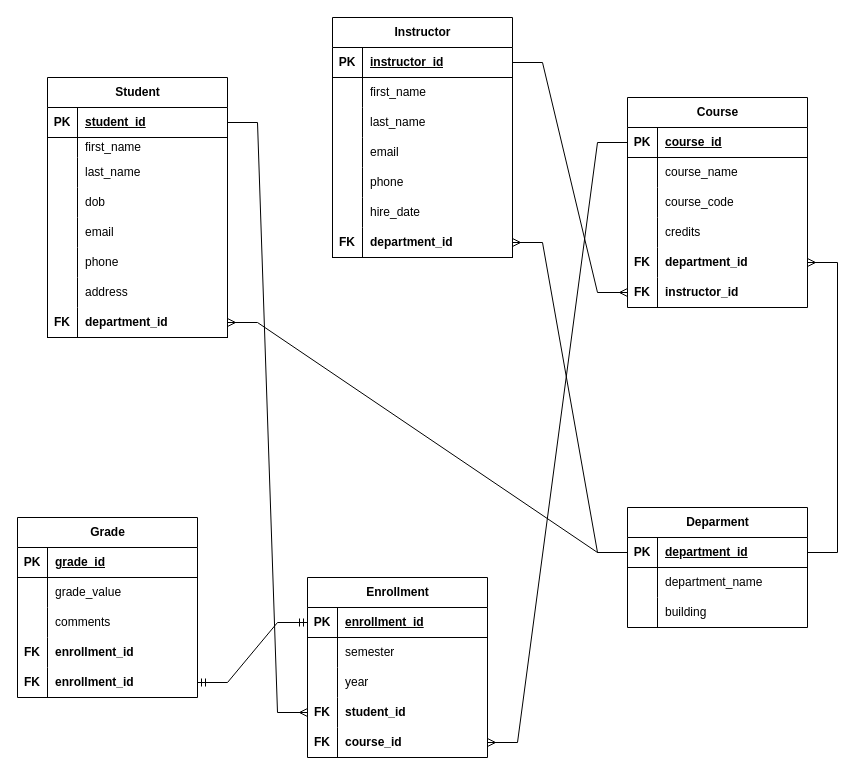
This is ERver1.drawio from queencherryd/CS1103, a draw.io file, before an edit. Source tidied: cells renumbered, new cells numbered last; positions are measured from the earlier drawing's top-left corner, leaving out a move shared by most shapes. Both pictures are drawn from the tidied source at 100%, with x=0, y=0 at pixel (17, 17).
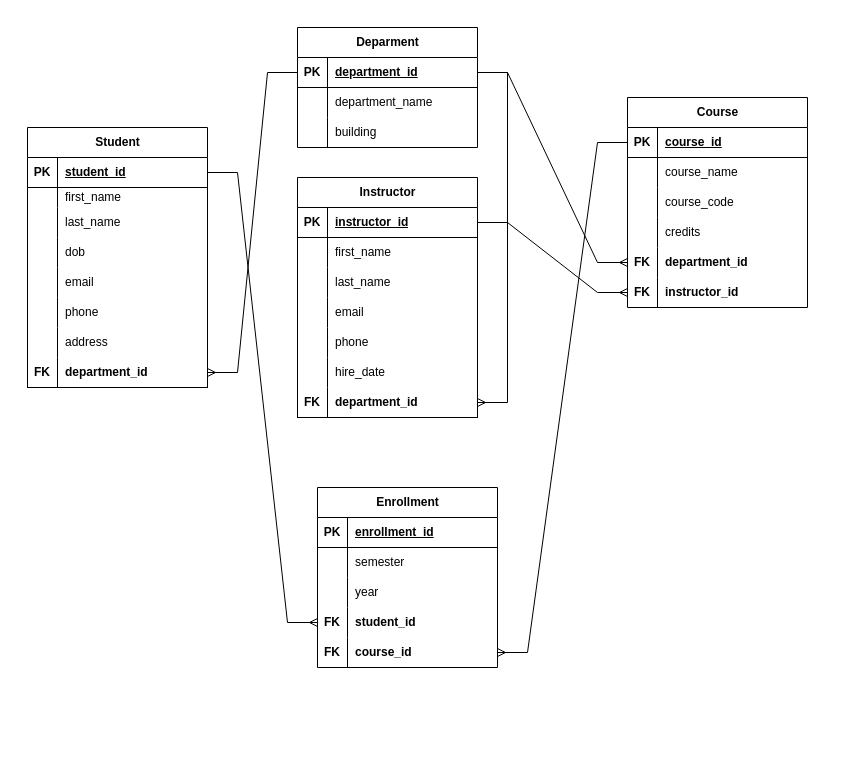
After the change.

The change refers to these unchanged cells:
```xml
<mxCell id="46" style="shape=tableRow;horizontal=0;startSize=0;swimlaneHead=0;swimlaneBody=0;fillColor=none;points=[[0,0.5],[1,0.5]];portConstraint=eastwest;top=0;left=0;right=0;bottom=1;labelBackgroundColor=none;" parent="27" vertex="1">
  <mxGeometry y="210" width="180" height="30" as="geometry" />
</mxCell>
<mxCell id="62" style="shape=tableRow;horizontal=0;startSize=0;swimlaneHead=0;swimlaneBody=0;fillColor=none;points=[[0,0.5],[1,0.5]];portConstraint=eastwest;top=0;left=0;right=0;bottom=0;labelBackgroundColor=none;" parent="49" vertex="1">
  <mxGeometry y="150" width="180" height="30" as="geometry" />
</mxCell>
<mxCell id="69" style="shape=tableRow;horizontal=0;startSize=0;swimlaneHead=0;swimlaneBody=0;fillColor=none;points=[[0,0.5],[1,0.5]];portConstraint=eastwest;top=0;left=0;right=0;bottom=1;labelBackgroundColor=none;" parent="68" vertex="1">
  <mxGeometry y="30" width="180" height="30" as="geometry" />
</mxCell>
<mxCell id="79" style="shape=tableRow;horizontal=0;startSize=0;swimlaneHead=0;swimlaneBody=0;fillColor=none;points=[[0,0.5],[1,0.5]];portConstraint=eastwest;top=0;left=0;right=0;bottom=1;labelBackgroundColor=none;" parent="78" vertex="1">
  <mxGeometry y="30" width="180" height="30" as="geometry" />
</mxCell>
```

Diff of the diagram source:
```diff
@@
     <mxCell id="2" value="Student" style="shape=table;startSize=30;childLayout=tableLayout;rowLines=0;fontStyle=1;align=center;html=1;labelBackgroundColor=none;" parent="1" vertex="1">
-      <mxGeometry x="30" y="60" width="180" height="260" as="geometry" />
+      <mxGeometry x="10" y="110" width="180" height="260" as="geometry" />
     </mxCell>
@@
     <mxCell id="27" value="Instructor" style="shape=table;startSize=30;childLayout=tableLayout;rowLines=0;fontStyle=1;align=center;html=1;labelBackgroundColor=none;" parent="1" vertex="1">
-      <mxGeometry x="315" width="180" height="240" as="geometry" />
+      <mxGeometry x="280" y="160" width="180" height="240" as="geometry" />
     </mxCell>
@@
     <mxCell id="68" value="Deparment" style="shape=table;startSize=30;childLayout=tableLayout;rowLines=0;fontStyle=1;align=center;html=1;labelBackgroundColor=none;" parent="1" vertex="1">
-      <mxGeometry x="610" y="490" width="180" height="120" as="geometry" />
+      <mxGeometry x="280" y="10" width="180" height="120" as="geometry" />
     </mxCell>
@@
     <mxCell id="78" value="Enrollment" style="shape=table;startSize=30;childLayout=tableLayout;rowLines=0;fontStyle=1;align=center;html=1;labelBackgroundColor=none;" parent="1" vertex="1">
-      <mxGeometry x="290" y="560" width="180" height="180" as="geometry" />
+      <mxGeometry x="300" y="470" width="180" height="180" as="geometry" />
     </mxCell>
@@
-    <mxCell id="94" value="Grade" style="shape=table;startSize=30;childLayout=tableLayout;rowLines=0;fontStyle=1;align=center;html=1;labelBackgroundColor=none;" parent="1" vertex="1">
-      <mxGeometry y="500" width="180" height="180" as="geometry" />
-    </mxCell>
-    <mxCell id="95" style="shape=tableRow;horizontal=0;startSize=0;swimlaneHead=0;swimlaneBody=0;fillColor=none;top=0;left=0;right=0;bottom=1;labelBackgroundColor=none;" parent="94" vertex="1">
-      <mxGeometry y="30" width="180" height="30" as="geometry" />
-    </mxCell>
-    <mxCell id="96" value="PK" style="shape=partialRectangle;fillColor=none;top=0;left=0;bottom=0;right=0;fontStyle=1;overflow=hidden;whiteSpace=wrap;html=1;labelBackgroundColor=none;" parent="95" vertex="1">
-      <mxGeometry width="30" height="30" as="geometry" />
-    </mxCell>
-    <mxCell id="97" value="grade_id" style="shape=partialRectangle;fillColor=none;top=0;left=0;bottom=0;right=0;align=left;spacingLeft=6;fontStyle=5;overflow=hidden;whiteSpace=wrap;html=1;labelBackgroundColor=none;" parent="95" vertex="1">
-      <mxGeometry x="30" width="150" height="30" as="geometry" />
-    </mxCell>
-    <mxCell id="98" style="shape=tableRow;horizontal=0;startSize=0;swimlaneHead=0;swimlaneBody=0;fillColor=none;top=0;left=0;right=0;bottom=0;labelBackgroundColor=none;" parent="94" vertex="1">
-      <mxGeometry y="60" width="180" height="30" as="geometry" />
-    </mxCell>
-    <mxCell id="99" style="shape=partialRectangle;fillColor=none;top=0;left=0;bottom=0;right=0;overflow=hidden;whiteSpace=wrap;html=1;labelBackgroundColor=none;" parent="98" vertex="1">
-      <mxGeometry width="30" height="30" as="geometry" />
-    </mxCell>
-    <mxCell id="100" value="grade_value" style="shape=partialRectangle;fillColor=none;top=0;left=0;bottom=0;right=0;align=left;spacingLeft=6;overflow=hidden;whiteSpace=wrap;html=1;labelBackgroundColor=none;" parent="98" vertex="1">
-      <mxGeometry x="30" width="150" height="30" as="geometry" />
-    </mxCell>
-    <mxCell id="101" style="shape=tableRow;horizontal=0;startSize=0;swimlaneHead=0;swimlaneBody=0;fillColor=none;top=0;left=0;right=0;bottom=0;labelBackgroundColor=none;" parent="94" vertex="1">
-      <mxGeometry y="90" width="180" height="30" as="geometry" />
-    </mxCell>
-    <mxCell id="102" style="shape=partialRectangle;fillColor=none;top=0;left=0;bottom=0;right=0;overflow=hidden;whiteSpace=wrap;html=1;labelBackgroundColor=none;" parent="101" vertex="1">
-      <mxGeometry width="30" height="30" as="geometry" />
-    </mxCell>
-    <mxCell id="103" value="comments" style="shape=partialRectangle;fillColor=none;top=0;left=0;bottom=0;right=0;align=left;spacingLeft=6;overflow=hidden;whiteSpace=wrap;html=1;labelBackgroundColor=none;" parent="101" vertex="1">
-      <mxGeometry x="30" width="150" height="30" as="geometry" />
-    </mxCell>
-    <mxCell id="104" style="shape=tableRow;horizontal=0;startSize=0;swimlaneHead=0;swimlaneBody=0;fillColor=none;top=0;left=0;right=0;bottom=0;fontStyle=4;labelBackgroundColor=none;" parent="94" vertex="1">
-      <mxGeometry y="120" width="180" height="30" as="geometry" />
-    </mxCell>
-    <mxCell id="105" value="FK" style="shape=partialRectangle;fillColor=none;top=0;left=0;bottom=0;right=0;overflow=hidden;whiteSpace=wrap;html=1;fontStyle=1;labelBackgroundColor=none;" parent="104" vertex="1">
-      <mxGeometry width="30" height="30" as="geometry" />
-    </mxCell>
-    <mxCell id="106" value="&lt;span&gt;&lt;span&gt;enrollment_id&lt;/span&gt;&lt;/span&gt;" style="shape=partialRectangle;fillColor=none;top=0;left=0;bottom=0;right=0;align=left;spacingLeft=6;overflow=hidden;whiteSpace=wrap;html=1;fontStyle=1;labelBackgroundColor=none;" parent="104" vertex="1">
-      <mxGeometry x="30" width="150" height="30" as="geometry" />
-    </mxCell>
-    <mxCell id="107" style="shape=tableRow;horizontal=0;startSize=0;swimlaneHead=0;swimlaneBody=0;fillColor=none;points=[[0,0.5],[1,0.5]];portConstraint=eastwest;top=0;left=0;right=0;bottom=0;fontStyle=4;labelBackgroundColor=none;" parent="94" vertex="1">
-      <mxGeometry y="150" width="180" height="30" as="geometry" />
-    </mxCell>
-    <mxCell id="108" value="FK" style="shape=partialRectangle;fillColor=none;top=0;left=0;bottom=0;right=0;overflow=hidden;whiteSpace=wrap;html=1;fontStyle=1;labelBackgroundColor=none;" parent="107" vertex="1">
-      <mxGeometry width="30" height="30" as="geometry" />
-    </mxCell>
-    <mxCell id="109" value="&lt;span&gt;&lt;span&gt;enrollment_id&lt;/span&gt;&lt;/span&gt;" style="shape=partialRectangle;fillColor=none;top=0;left=0;bottom=0;right=0;align=left;spacingLeft=6;overflow=hidden;whiteSpace=wrap;html=1;fontStyle=1;labelBackgroundColor=none;" parent="107" vertex="1">
-      <mxGeometry x="30" width="150" height="30" as="geometry" />
-    </mxCell>
@@
-    <mxCell id="111" style="edgeStyle=entityRelationEdgeStyle;fontSize=12;html=1;endArrow=ERmany;rounded=0;fontColor=default;entryX=1;entryY=0.5;entryDx=0;entryDy=0;exitX=0;exitY=0.5;exitDx=0;exitDy=0;labelBackgroundColor=none;" parent="1" edge="1" source="69" target="46">
+    <mxCell id="111" style="edgeStyle=entityRelationEdgeStyle;fontSize=12;html=1;endArrow=ERmany;rounded=0;fontColor=default;entryX=1;entryY=0.5;entryDx=0;entryDy=0;exitX=1;exitY=0.5;exitDx=0;exitDy=0;labelBackgroundColor=none;" parent="1" edge="1" source="69" target="46">
       <mxGeometry relative="1" as="geometry" />
     </mxCell>
-    <mxCell id="112" style="edgeStyle=entityRelationEdgeStyle;fontSize=12;html=1;endArrow=ERmany;rounded=0;fontColor=default;entryX=1;entryY=0.5;entryDx=0;entryDy=0;exitX=1;exitY=0.5;exitDx=0;exitDy=0;labelBackgroundColor=none;" parent="1" edge="1" source="69" target="62">
+    <mxCell id="112" style="edgeStyle=entityRelationEdgeStyle;fontSize=12;html=1;endArrow=ERmany;rounded=0;fontColor=default;entryX=0;entryY=0.5;entryDx=0;entryDy=0;exitX=1;exitY=0.5;exitDx=0;exitDy=0;labelBackgroundColor=none;" parent="1" edge="1" source="69" target="62">
       <mxGeometry relative="1" as="geometry">
         <Array as="points">
           <mxPoint x="720" y="530" />
           <mxPoint x="530" y="450" />
           <mxPoint x="520" y="470" />
         </Array>
       </mxGeometry>
     </mxCell>
@@
-    <mxCell id="116" style="edgeStyle=entityRelationEdgeStyle;fontSize=12;html=1;endArrow=ERmandOne;startArrow=ERmandOne;rounded=0;fontColor=default;exitX=0;exitY=0.5;exitDx=0;exitDy=0;entryX=1;entryY=0.5;entryDx=0;entryDy=0;labelBackgroundColor=none;" parent="1" edge="1" source="79" target="107">
-      <mxGeometry relative="1" as="geometry" />
-    </mxCell>
```
